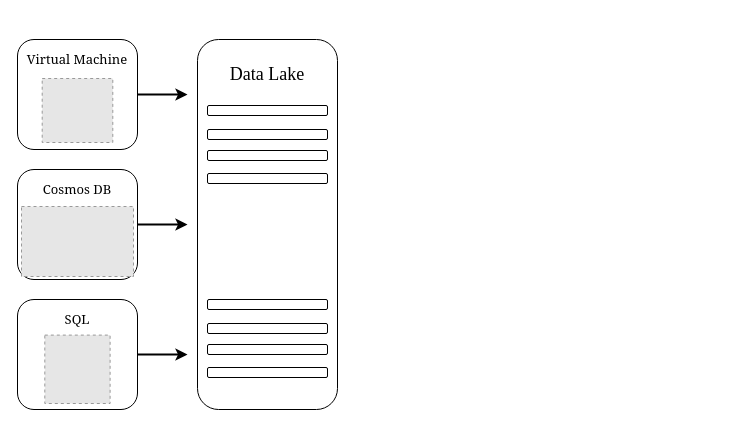
Before: Architectural Overview.drawio in Olivery0307/Covid-Data-Project, a draw.io diagram. Source tidied: cells renumbered, new cells numbered last; positions are measured from the earlier drawing's top-left corner, leaving out a move shared by most shapes. Both pictures are drawn from the tidied source at 100%, with x=0, y=0 at pixel (17, 39). Pictures stored in the file or linked from it are replaced by grey dashed boxes.
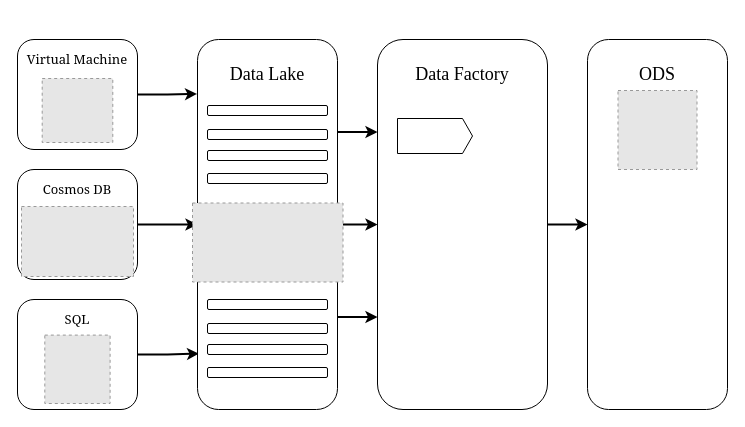
The same page after the edit.

The change refers to these unchanged cells:
```xml
<mxCell id="3" value="&lt;p style=&quot;line-height: 500%;&quot;&gt;&lt;font style=&quot;font-size: 13px;&quot; face=&quot;Georgia&quot;&gt;Virtual Machine&lt;/font&gt;&lt;/p&gt;" style="rounded=1;whiteSpace=wrap;html=1;align=center;spacingTop=-70;" parent="1" vertex="1">
  <mxGeometry width="120" height="110" as="geometry" />
</mxCell>
<mxCell id="6" value="&lt;p style=&quot;line-height: 500%;&quot;&gt;&lt;font face=&quot;Georgia&quot;&gt;&lt;span style=&quot;font-size: 13px;&quot;&gt;Cosmos DB&lt;/span&gt;&lt;/font&gt;&lt;/p&gt;" style="rounded=1;whiteSpace=wrap;html=1;align=center;spacingTop=-70;" parent="1" vertex="1">
  <mxGeometry y="130" width="120" height="110" as="geometry" />
</mxCell>
<mxCell id="9" value="&lt;p style=&quot;line-height: 500%;&quot;&gt;&lt;font face=&quot;Georgia&quot;&gt;&lt;span style=&quot;font-size: 13px;&quot;&gt;SQL&lt;/span&gt;&lt;/font&gt;&lt;/p&gt;" style="rounded=1;whiteSpace=wrap;html=1;align=center;spacingTop=-70;" parent="1" vertex="1">
  <mxGeometry y="260" width="120" height="110" as="geometry" />
</mxCell>
<mxCell id="11" value="&lt;font style=&quot;font-size: 18px;&quot; face=&quot;Garamond&quot;&gt;Data Lake&lt;/font&gt;" style="rounded=1;whiteSpace=wrap;html=1;spacingTop=-300;" parent="1" vertex="1">
  <mxGeometry x="180" width="140" height="370" as="geometry" />
</mxCell>
```

Change to the diagram source:
```diff
@@
-    <mxCell id="2" style="edgeStyle=orthogonalEdgeStyle;rounded=0;jettySize=auto;html=1;fontSize=12;horizontal=1;strokeWidth=2;" parent="1" edge="1" source="3">
-      <mxGeometry relative="1" as="geometry">
-        <mxPoint x="170" y="55" as="targetPoint" />
-      </mxGeometry>
-    </mxCell>
@@
-    <mxCell id="5" style="edgeStyle=orthogonalEdgeStyle;rounded=0;jettySize=auto;html=1;fontSize=12;horizontal=1;strokeWidth=2;" parent="1" edge="1" source="6">
-      <mxGeometry relative="1" as="geometry">
-        <mxPoint x="170" y="185" as="targetPoint" />
-      </mxGeometry>
+    <mxCell id="5" style="edgeStyle=orthogonalEdgeStyle;rounded=0;jettySize=auto;html=1;fontSize=12;horizontal=1;strokeWidth=2;entryX=0;entryY=0.5;entryDx=0;entryDy=0;" parent="1" edge="1" source="6" target="11">
+      <mxGeometry relative="1" as="geometry" />
     </mxCell>
@@
-    <mxCell id="8" style="edgeStyle=orthogonalEdgeStyle;rounded=0;jettySize=auto;html=1;fontSize=12;horizontal=1;strokeWidth=2;" parent="1" edge="1" source="9">
-      <mxGeometry relative="1" as="geometry">
-        <mxPoint x="170" y="315" as="targetPoint" />
-      </mxGeometry>
+    <mxCell id="8" style="edgeStyle=orthogonalEdgeStyle;rounded=0;jettySize=auto;html=1;fontSize=12;horizontal=1;strokeWidth=2;entryX=0.011;entryY=0.849;entryDx=0;entryDy=0;entryPerimeter=0;" parent="1" edge="1" source="9" target="11">
+      <mxGeometry relative="1" as="geometry" />
     </mxCell>
@@
+    <mxCell id="20" style="edgeStyle=orthogonalEdgeStyle;rounded=0;jettySize=auto;html=1;strokeWidth=2;" parent="1" edge="1" source="11">
+      <mxGeometry relative="1" as="geometry">
+        <mxPoint x="360" y="185" as="targetPoint" />
+      </mxGeometry>
+    </mxCell>
+    <mxCell id="21" style="edgeStyle=orthogonalEdgeStyle;rounded=0;jettySize=auto;html=1;exitX=1;exitY=0.75;exitDx=0;exitDy=0;entryX=0;entryY=0.75;entryDx=0;entryDy=0;strokeWidth=2;" parent="1" edge="1" source="11">
+      <mxGeometry relative="1" as="geometry">
+        <mxPoint x="360" y="277.5" as="targetPoint" />
+      </mxGeometry>
+    </mxCell>
+    <mxCell id="22" style="edgeStyle=orthogonalEdgeStyle;rounded=0;jettySize=auto;html=1;exitX=1;exitY=0.25;exitDx=0;exitDy=0;entryX=0;entryY=0.25;entryDx=0;entryDy=0;strokeWidth=2;" parent="1" edge="1" source="11">
+      <mxGeometry relative="1" as="geometry">
+        <mxPoint x="360" y="92.5" as="targetPoint" />
+      </mxGeometry>
+    </mxCell>
@@
+    <mxCell id="23" style="fillColor=#E6E6E6;strokeColor=#999999;dashed=1;verticalLabelPosition=bottom;labelBackgroundColor=default;verticalAlign=top;" parent="1" vertex="1">
+      <mxGeometry x="175" y="163.5" width="150.5" height="79" as="geometry" />
+    </mxCell>
+    <mxCell id="24" style="edgeStyle=orthogonalEdgeStyle;rounded=0;jettySize=auto;html=1;exitX=1;exitY=0.5;exitDx=0;exitDy=0;entryX=-0.003;entryY=0.147;entryDx=0;entryDy=0;entryPerimeter=0;strokeWidth=2;" parent="1" edge="1" source="3" target="11">
+      <mxGeometry relative="1" as="geometry" />
+    </mxCell>
+    <mxCell id="25" value="&lt;font style=&quot;font-size: 18px;&quot; face=&quot;Garamond&quot;&gt;ODS&lt;/font&gt;" style="rounded=1;whiteSpace=wrap;html=1;spacingTop=-300;" parent="1" vertex="1">
+      <mxGeometry x="570" width="140" height="370" as="geometry" />
+    </mxCell>
+    <mxCell id="26" style="fillColor=#E6E6E6;strokeColor=#999999;dashed=1;verticalLabelPosition=bottom;labelBackgroundColor=default;verticalAlign=top;" parent="1" vertex="1">
+      <mxGeometry x="600.5" y="51" width="79" height="79" as="geometry" />
+    </mxCell>
+    <mxCell id="27" style="edgeStyle=orthogonalEdgeStyle;rounded=0;jettySize=auto;html=1;entryX=0;entryY=0.5;entryDx=0;entryDy=0;strokeWidth=2;" parent="1" edge="1" source="28" target="25">
+      <mxGeometry relative="1" as="geometry" />
+    </mxCell>
+    <mxCell id="28" value="&lt;font style=&quot;font-size: 18px;&quot; face=&quot;Garamond&quot;&gt;Data Factory&lt;/font&gt;" style="rounded=1;whiteSpace=wrap;html=1;spacingTop=-300;" parent="1" vertex="1">
+      <mxGeometry x="360" width="170" height="370" as="geometry" />
+    </mxCell>
+    <mxCell id="29" style="shape=offPageConnector;whiteSpace=wrap;html=1;rotation=-90;size=0.13333333333333333;" parent="1" vertex="1">
+      <mxGeometry x="400" y="59" width="35" height="75" as="geometry" />
+    </mxCell>
```
